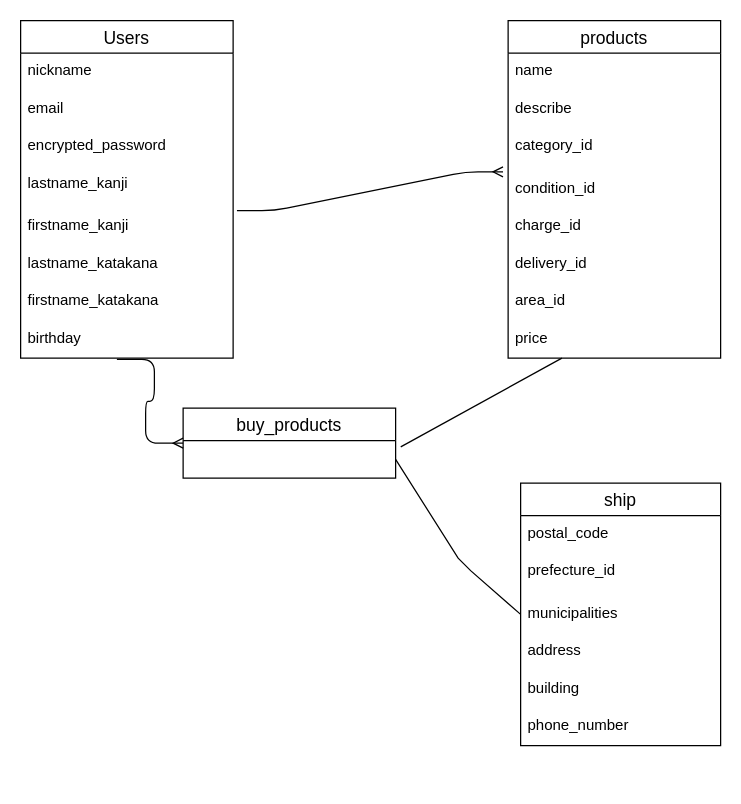
This is test.dio from danburudoa/furima-34808, a draw.io file, before an edit. Source tidied: cells renumbered, new cells numbered last; positions are measured from the earlier drawing's top-left corner, leaving out a move shared by most shapes. Both pictures are drawn from the tidied source at 125%, with x=0, y=0 at pixel (20, 20).
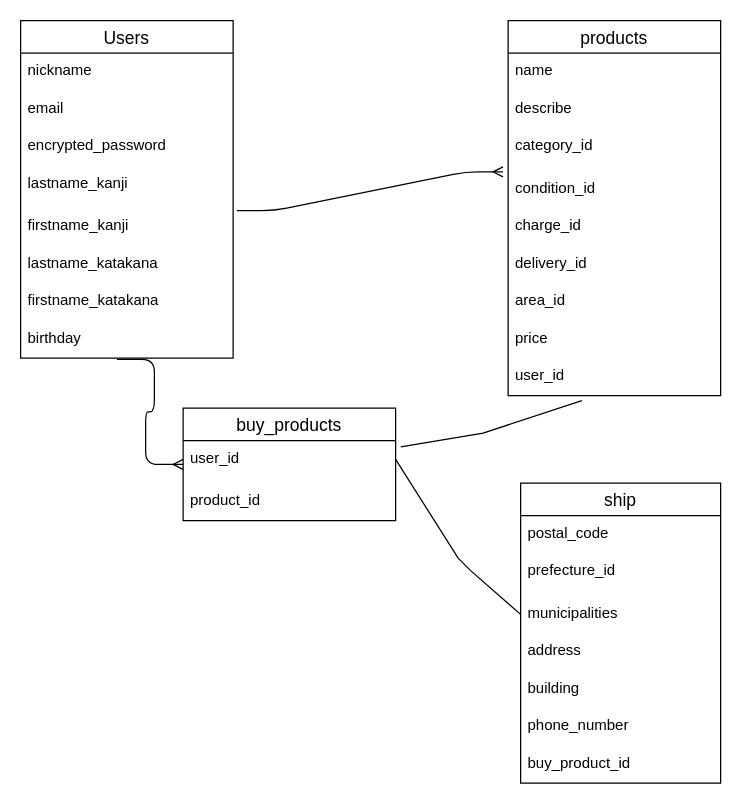
Above is the later version.

Unchanged cells that the change refers to:
```xml
<mxCell id="19" value="price" style="text;strokeColor=none;fillColor=none;spacingLeft=4;spacingRight=4;overflow=hidden;points=[[0,0.5],[1,0.5]];portConstraint=eastwest;fontSize=12;" parent="11" vertex="1">
  <mxGeometry y="240" width="170" height="30" as="geometry" />
</mxCell>
```

The edit, as a diff of the source:
```diff
@@
     <mxCell id="11" value="products" style="swimlane;fontStyle=0;horizontal=1;startSize=26;align=center;fontSize=14;" parent="1" vertex="1">
-      <mxGeometry x="390" width="170" height="270" as="geometry" />
+      <mxGeometry x="390" width="170" height="300" as="geometry" />
     </mxCell>
@@
+    <mxCell id="32" value="user_id" style="text;strokeColor=none;fillColor=none;spacingLeft=4;spacingRight=4;overflow=hidden;points=[[0,0.5],[1,0.5]];portConstraint=eastwest;fontSize=12;" parent="11" vertex="1">
+      <mxGeometry y="270" width="170" height="30" as="geometry" />
+    </mxCell>
     <mxCell id="20" value="buy_products" style="swimlane;fontStyle=0;horizontal=1;startSize=26;align=center;fontSize=14;" parent="1" vertex="1">
-      <mxGeometry x="130" y="310" width="170" height="56" as="geometry" />
+      <mxGeometry x="130" y="310" width="170" height="90" as="geometry" />
     </mxCell>
+    <mxCell id="33" value="user_id" style="text;strokeColor=none;fillColor=none;spacingLeft=4;spacingRight=4;overflow=hidden;fontSize=12;" parent="20" vertex="1">
+      <mxGeometry y="26" width="170" height="34" as="geometry" />
+    </mxCell>
+    <mxCell id="34" value="product_id" style="text;strokeColor=none;fillColor=none;spacingLeft=4;spacingRight=4;overflow=hidden;fontSize=12;" parent="20" vertex="1">
+      <mxGeometry y="60" width="170" height="30" as="geometry" />
+    </mxCell>
@@
-    <mxCell id="22" style="endArrow=none;html=1;rounded=0;exitX=0.253;exitY=1;exitDx=0;exitDy=0;exitPerimeter=0;entryX=1.024;entryY=0.167;entryDx=0;entryDy=0;entryPerimeter=0;" parent="1" edge="1" source="19">
+    <mxCell id="22" style="endArrow=none;html=1;rounded=0;exitX=0.347;exitY=1.133;exitDx=0;exitDy=0;exitPerimeter=0;entryX=1.024;entryY=0.167;entryDx=0;entryDy=0;entryPerimeter=0;" parent="1" edge="1" source="32">
       <mxGeometry relative="1" as="geometry">
         <mxPoint x="304.1" y="341" as="targetPoint" />
+        <Array as="points">
+          <mxPoint x="370" y="330" />
+        </Array>
       </mxGeometry>
     </mxCell>
     <mxCell id="23" value="ship" style="swimlane;fontStyle=0;horizontal=1;startSize=26;align=center;fontSize=14;" parent="1" vertex="1">
-      <mxGeometry x="400" y="370" width="160" height="210" as="geometry" />
+      <mxGeometry x="400" y="370" width="160" height="240" as="geometry" />
     </mxCell>
@@
+    <mxCell id="35" value="buy_product_id" style="text;strokeColor=none;fillColor=none;spacingLeft=4;spacingRight=4;overflow=hidden;fontSize=12;" parent="23" vertex="1">
+      <mxGeometry y="210" width="160" height="30" as="geometry" />
+    </mxCell>
```
